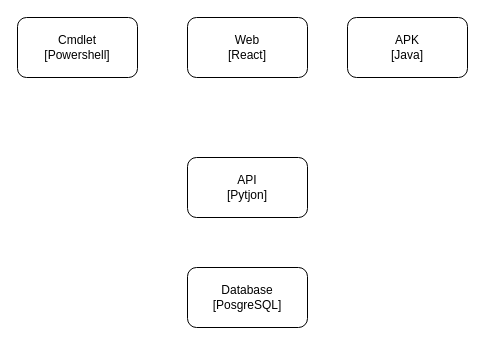
This is Diagrams.drawio from ProductivityTools-TechBricks/ProductivityTools-TechBricks.github.io, a draw.io file, before an edit. Source tidied: cells renumbered, new cells numbered last; positions are measured from the earlier drawing's top-left corner, leaving out a move shared by most shapes. Both pictures are drawn from the tidied source at 100%, with x=0, y=0 at pixel (17, 17).
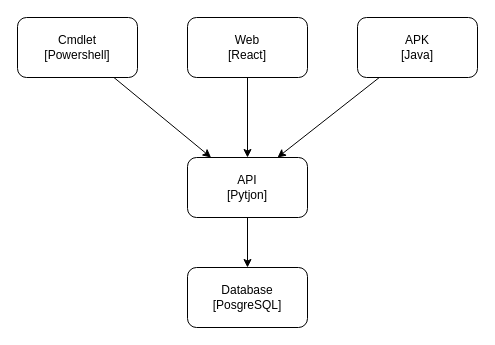
Above is the later version.

Diff of the diagram source:
```diff
@@
 <mxGraphModel>
   <root>
     <mxCell id="0" />
     <mxCell id="1" parent="0" />
+    <mxCell id="7" style="edgeStyle=none;rounded=0;jettySize=auto;html=1;" parent="1" edge="1" source="2" target="3">
+      <mxGeometry relative="1" as="geometry" />
+    </mxCell>
     <mxCell id="2" value="API&lt;br&gt;[Pytjon]" style="rounded=1;whiteSpace=wrap;html=1;" parent="1" vertex="1">
       <mxGeometry x="170" y="140" width="120" height="60" as="geometry" />
     </mxCell>
     <mxCell id="3" value="Database&lt;br&gt;[PosgreSQL]" style="rounded=1;whiteSpace=wrap;html=1;" parent="1" vertex="1">
       <mxGeometry x="170" y="250" width="120" height="60" as="geometry" />
     </mxCell>
+    <mxCell id="8" style="rounded=0;jettySize=auto;html=1;" parent="1" edge="1" source="4" target="2">
+      <mxGeometry relative="1" as="geometry" />
+    </mxCell>
     <mxCell id="4" value="Cmdlet&lt;br&gt;[Powershell]" style="rounded=1;whiteSpace=wrap;html=1;" parent="1" vertex="1">
       <mxGeometry width="120" height="60" as="geometry" />
     </mxCell>
+    <mxCell id="9" style="edgeStyle=none;rounded=0;jettySize=auto;html=1;" parent="1" edge="1" source="5" target="2">
+      <mxGeometry relative="1" as="geometry" />
+    </mxCell>
     <mxCell id="5" value="Web&lt;br&gt;[React]" style="rounded=1;whiteSpace=wrap;html=1;" parent="1" vertex="1">
       <mxGeometry x="170" width="120" height="60" as="geometry" />
     </mxCell>
+    <mxCell id="10" style="edgeStyle=none;rounded=0;jettySize=auto;html=1;entryX=0.75;entryY=0;entryDx=0;entryDy=0;" parent="1" edge="1" source="6" target="2">
+      <mxGeometry relative="1" as="geometry" />
+    </mxCell>
     <mxCell id="6" value="APK&lt;br&gt;[Java]" style="rounded=1;whiteSpace=wrap;html=1;" parent="1" vertex="1">
-      <mxGeometry x="330" width="120" height="60" as="geometry" />
+      <mxGeometry x="340" width="120" height="60" as="geometry" />
     </mxCell>
   </root>
 </mxGraphModel>
```
